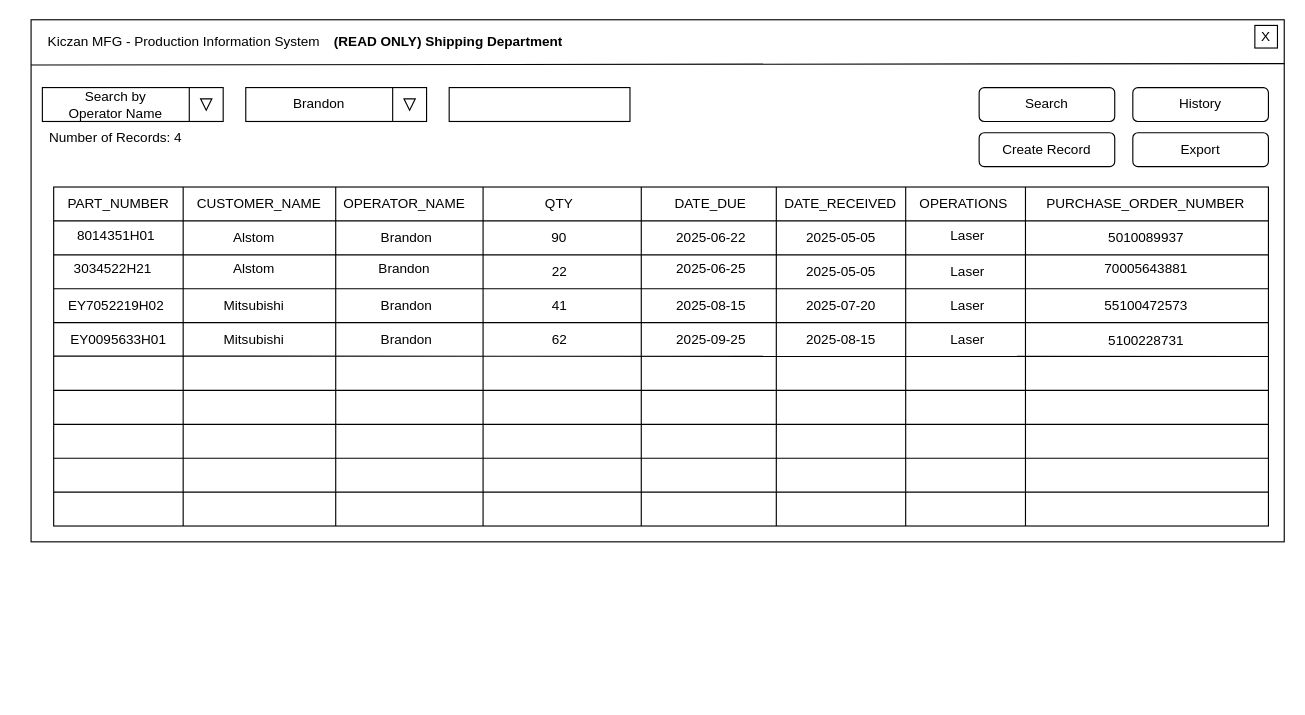
The draw.io diagram Main User Interface Wireframe Search By Operator (READONLY).drawio in JrST90/Team2CapstoneProject, before the edit. Source tidied: cells renumbered, new cells numbered last; positions are measured from the earlier drawing's top-left corner, leaving out a move shared by most shapes. Both pictures are drawn from the tidied source at 113%, with x=0, y=0 at pixel (19, 19).
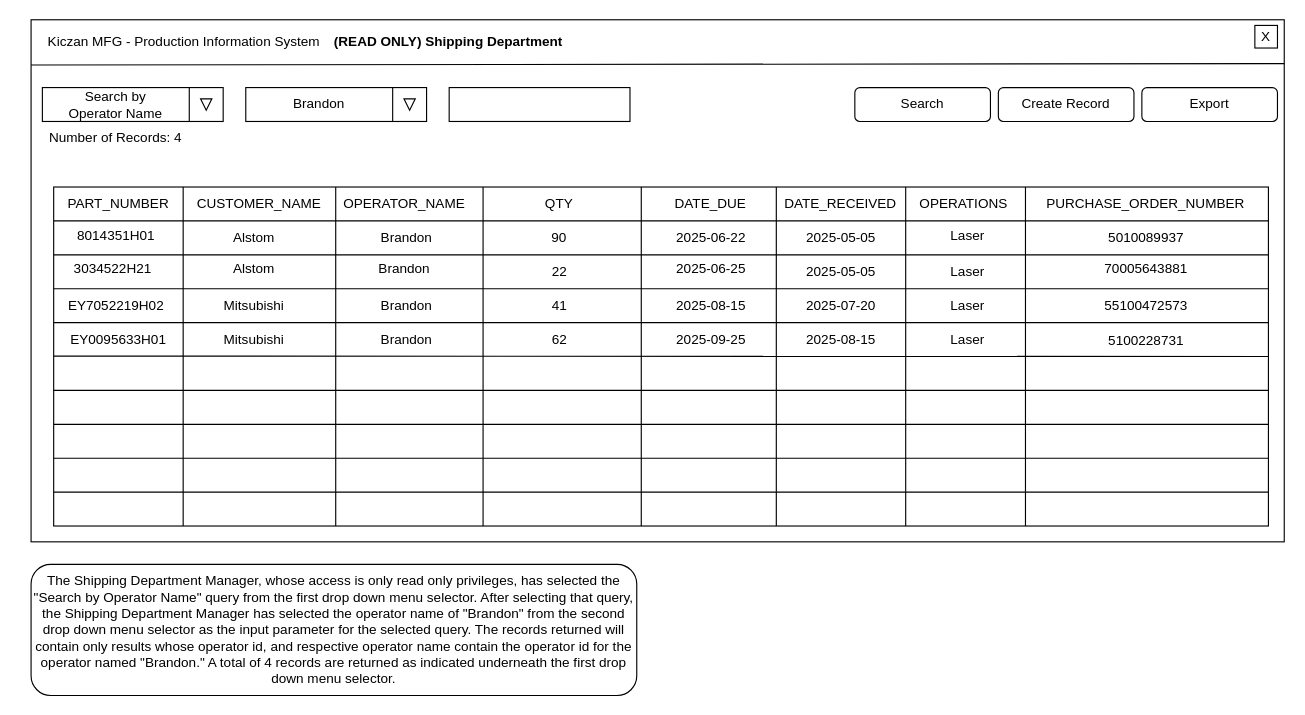
The same diagram, later.

Change to the diagram source:
```diff
@@
     <mxCell id="9" value="Search" style="rounded=1;whiteSpace=wrap;html=1;" parent="1" vertex="1">
-      <mxGeometry x="849" y="60" width="120" height="30" as="geometry" />
+      <mxGeometry x="739" y="60" width="120" height="30" as="geometry" />
     </mxCell>
@@
     <mxCell id="31" value="Create Record" style="rounded=1;whiteSpace=wrap;html=1;" parent="1" vertex="1">
-      <mxGeometry x="849" y="100" width="120" height="30" as="geometry" />
+      <mxGeometry x="866" y="60" width="120" height="30" as="geometry" />
     </mxCell>
@@
-    <mxCell id="43" value="History" style="rounded=1;whiteSpace=wrap;html=1;" parent="1" vertex="1">
-      <mxGeometry x="985" y="60" width="120" height="30" as="geometry" />
-    </mxCell>
     <mxCell id="44" value="Export" style="rounded=1;whiteSpace=wrap;html=1;" parent="1" vertex="1">
-      <mxGeometry x="985" y="100" width="120" height="30" as="geometry" />
+      <mxGeometry x="993" y="60" width="120" height="30" as="geometry" />
     </mxCell>
@@
+    <mxCell id="78" value="The Shipping Department Manager, whose access is only read only privileges, has selected the &quot;Search by Operator Name&quot; query from the first drop down menu selector. After selecting that query, the Shipping Department Manager has selected the operator name of &quot;Brandon&quot; from the second drop down menu selector as the input parameter for the selected query. The records returned will contain only results whose operator id, and respective operator name contain the operator id for the operator named &quot;Brandon.&quot; A total of 4 records are returned as indicated underneath the first drop down menu selector." style="rounded=1;whiteSpace=wrap;html=1;" parent="1" vertex="1">
+      <mxGeometry x="10" y="482" width="536" height="116" as="geometry" />
+    </mxCell>
```
